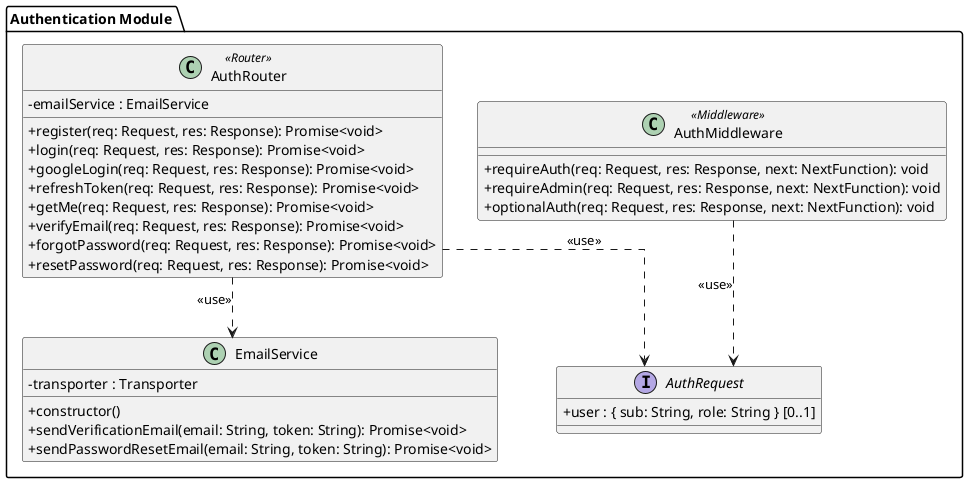
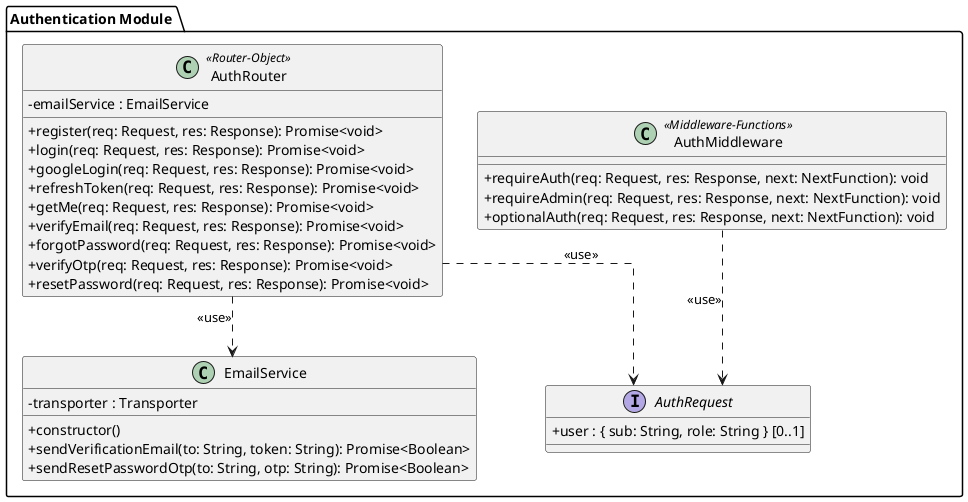
@startuml Class_Authentication

skinparam linetype ortho
skinparam classAttributeIconSize 0

package "Authentication Module " {

  interface "AuthRequest" as AuthRequest {
    + user : { sub: String, role: String } [0..1]
  }

  class "EmailService" as EmailService {
    - transporter : Transporter
    + constructor()
-     + sendVerificationEmail(email: String, token: String): Promise<void>
-     + sendPasswordResetEmail(email: String, token: String): Promise<void>
+     + sendVerificationEmail(to: String, token: String): Promise<Boolean>
+     + sendResetPasswordOtp(to: String, otp: String): Promise<Boolean>
  }

-   class "AuthMiddleware" as AuthMiddleware <<Middleware>> {
+   class "AuthMiddleware" as AuthMiddleware <<Middleware-Functions>> {
    + requireAuth(req: Request, res: Response, next: NextFunction): void
    + requireAdmin(req: Request, res: Response, next: NextFunction): void
    + optionalAuth(req: Request, res: Response, next: NextFunction): void
  }

-   class "AuthRouter" as AuthRouter <<Router>> {
+   class "AuthRouter" as AuthRouter <<Router-Object>> {
    - emailService : EmailService
    + register(req: Request, res: Response): Promise<void>
    + login(req: Request, res: Response): Promise<void>
    + googleLogin(req: Request, res: Response): Promise<void>
    + refreshToken(req: Request, res: Response): Promise<void>
    + getMe(req: Request, res: Response): Promise<void>
    + verifyEmail(req: Request, res: Response): Promise<void>
    + forgotPassword(req: Request, res: Response): Promise<void>
+     + verifyOtp(req: Request, res: Response): Promise<void>
    + resetPassword(req: Request, res: Response): Promise<void>
  }
}

AuthRouter ..> EmailService : <<use>>
AuthRouter ..> AuthRequest : <<use>>
AuthMiddleware ..> AuthRequest : <<use>>

@enduml
